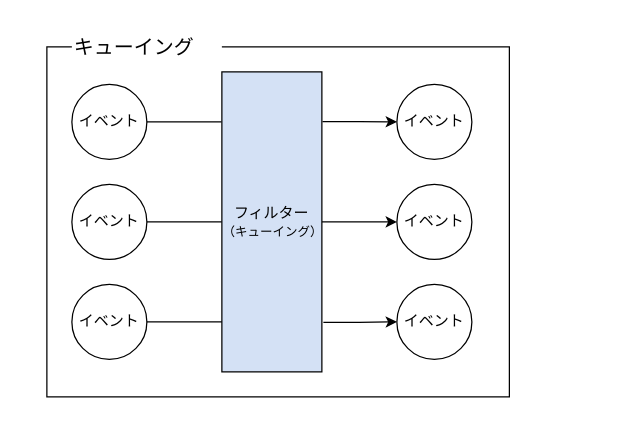
Earlier version of the draw.io diagram src/images/ja/oase/oase/filter_queing.drawio (exastro-suite/exastro-it-automation-docs-dev). Source tidied: cells renumbered, new cells numbered last; positions are measured from the earlier drawing's top-left corner, leaving out a move shared by most shapes. Both pictures are drawn from the tidied source at 125%, with x=0, y=0 at pixel (21, 21).
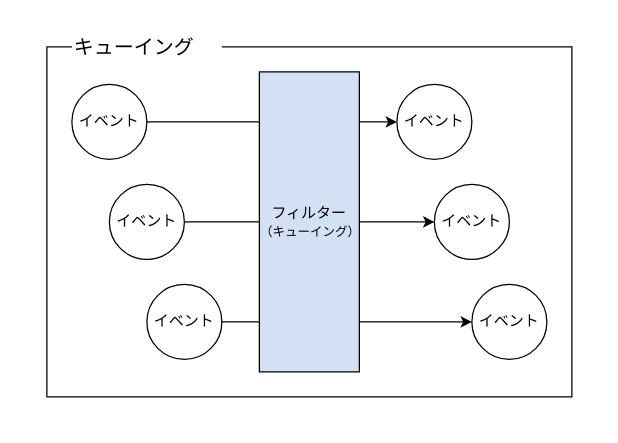
Above is the later version.

Change to the diagram source:
```diff
@@
 <mxGraphModel>
   <root>
     <mxCell id="0" />
     <mxCell id="1" parent="0" />
     <mxCell id="2" style="rounded=0;whiteSpace=wrap;html=1;strokeColor=none;" parent="1" vertex="1">
-      <mxGeometry width="410" height="320" as="geometry" />
+      <mxGeometry width="460" height="320" as="geometry" />
     </mxCell>
     <mxCell id="3" style="rounded=1;whiteSpace=wrap;html=1;arcSize=0;" parent="1" vertex="1">
-      <mxGeometry x="20" y="20" width="370" height="280" as="geometry" />
+      <mxGeometry x="20" y="20" width="420" height="280" as="geometry" />
     </mxCell>
     <mxCell id="4" value="イベント" style="ellipse;whiteSpace=wrap;html=1;fontStyle=0;" parent="1" vertex="1">
       <mxGeometry x="40" y="50" width="60" height="60" as="geometry" />
     </mxCell>
-    <mxCell id="5" style="edgeStyle=orthogonalEdgeStyle;rounded=0;jettySize=auto;html=1;exitX=1;exitY=0.5;exitDx=0;exitDy=0;entryX=0;entryY=0.5;entryDx=0;entryDy=0;endArrow=none;endFill=0;" parent="1" edge="1" source="6" target="11">
-      <mxGeometry relative="1" as="geometry" />
-    </mxCell>
     <mxCell id="6" value="イベント" style="ellipse;whiteSpace=wrap;html=1;fontStyle=0;" parent="1" vertex="1">
-      <mxGeometry x="40" y="130" width="60" height="60" as="geometry" />
+      <mxGeometry x="70" y="130" width="60" height="60" as="geometry" />
     </mxCell>
     <mxCell id="7" value="イベント" style="ellipse;whiteSpace=wrap;html=1;fontStyle=0;" parent="1" vertex="1">
-      <mxGeometry x="40" y="210" width="60" height="60" as="geometry" />
+      <mxGeometry x="100" y="210" width="60" height="60" as="geometry" />
     </mxCell>
-    <mxCell id="8" style="edgeStyle=orthogonalEdgeStyle;rounded=0;jettySize=auto;html=1;exitX=1.006;exitY=0.166;exitDx=0;exitDy=0;entryX=0;entryY=0.5;entryDx=0;entryDy=0;exitPerimeter=0;" parent="1" edge="1" source="11" target="14">
-      <mxGeometry relative="1" as="geometry" />
-    </mxCell>
-    <mxCell id="9" style="edgeStyle=orthogonalEdgeStyle;rounded=0;jettySize=auto;html=1;exitX=1;exitY=0.5;exitDx=0;exitDy=0;entryX=0;entryY=0.5;entryDx=0;entryDy=0;" parent="1" edge="1" source="11" target="15">
-      <mxGeometry relative="1" as="geometry" />
-    </mxCell>
-    <mxCell id="10" style="edgeStyle=orthogonalEdgeStyle;rounded=0;jettySize=auto;html=1;entryX=0;entryY=0.5;entryDx=0;entryDy=0;exitX=1.015;exitY=0.835;exitDx=0;exitDy=0;exitPerimeter=0;" parent="1" edge="1" source="11" target="16">
-      <mxGeometry relative="1" as="geometry" />
-    </mxCell>
-    <mxCell id="11" value="フィルター&lt;div&gt;&lt;font style=&quot;font-size: 10px;&quot;&gt;（キューイング）&lt;/font&gt;&lt;/div&gt;" style="rounded=0;whiteSpace=wrap;html=1;fillStyle=solid;fillColor=#D4E1F5;" parent="1" vertex="1">
-      <mxGeometry x="160" y="40" width="80" height="240" as="geometry" />
-    </mxCell>
-    <mxCell id="12" style="edgeStyle=orthogonalEdgeStyle;rounded=0;jettySize=auto;html=1;exitX=1;exitY=0.5;exitDx=0;exitDy=0;entryX=-0.003;entryY=0.167;entryDx=0;entryDy=0;entryPerimeter=0;endArrow=none;endFill=0;" parent="1" edge="1" source="4" target="11">
-      <mxGeometry relative="1" as="geometry" />
-    </mxCell>
-    <mxCell id="13" style="edgeStyle=orthogonalEdgeStyle;rounded=0;jettySize=auto;html=1;exitX=1;exitY=0.5;exitDx=0;exitDy=0;endArrow=none;endFill=0;" parent="1" edge="1" source="7">
-      <mxGeometry relative="1" as="geometry">
-        <mxPoint x="160" y="240" as="targetPoint" />
-      </mxGeometry>
-    </mxCell>
     <mxCell id="14" value="&lt;div&gt;イベント&lt;/div&gt;" style="ellipse;whiteSpace=wrap;html=1;fontStyle=0;" parent="1" vertex="1">
       <mxGeometry x="300" y="50" width="60" height="60" as="geometry" />
     </mxCell>
     <mxCell id="15" value="&lt;span style=&quot;background-color: transparent; color: light-dark(rgb(0, 0, 0), rgb(255, 255, 255));&quot;&gt;イベント&lt;/span&gt;" style="ellipse;whiteSpace=wrap;html=1;" parent="1" vertex="1">
-      <mxGeometry x="300" y="130" width="60" height="60" as="geometry" />
+      <mxGeometry x="330" y="130" width="60" height="60" as="geometry" />
     </mxCell>
     <mxCell id="16" value="&lt;div&gt;&lt;span style=&quot;background-color: transparent; color: light-dark(rgb(0, 0, 0), rgb(255, 255, 255));&quot;&gt;イベント&lt;/span&gt;&lt;/div&gt;" style="ellipse;whiteSpace=wrap;html=1;" parent="1" vertex="1">
-      <mxGeometry x="300" y="210" width="60" height="60" as="geometry" />
+      <mxGeometry x="360" y="210" width="60" height="60" as="geometry" />
     </mxCell>
     <mxCell id="17" value="&lt;font style=&quot;font-size: 16px;&quot;&gt;キューイング&lt;/font&gt;" style="rounded=0;whiteSpace=wrap;html=1;strokeColor=none;fontSize=18;align=left;" parent="1" vertex="1">
       <mxGeometry x="40" y="5" width="120" height="30" as="geometry" />
     </mxCell>
+    <mxCell id="18" style="endArrow=classic;html=1;entryX=0;entryY=0.5;entryDx=0;entryDy=0;exitX=1;exitY=0.5;exitDx=0;exitDy=0;" parent="1" edge="1" source="7" target="16">
+      <mxGeometry relative="1" as="geometry" />
+    </mxCell>
+    <mxCell id="19" style="endArrow=classic;html=1;entryX=0;entryY=0.5;entryDx=0;entryDy=0;exitX=1;exitY=0.5;exitDx=0;exitDy=0;" parent="1" edge="1" source="6" target="15">
+      <mxGeometry relative="1" as="geometry" />
+    </mxCell>
+    <mxCell id="20" style="endArrow=classic;html=1;entryX=0;entryY=0.5;entryDx=0;entryDy=0;exitX=1;exitY=0.5;exitDx=0;exitDy=0;" parent="1" edge="1" source="4" target="14">
+      <mxGeometry relative="1" as="geometry" />
+    </mxCell>
+    <mxCell id="11" value="フィルター&lt;div&gt;&lt;font style=&quot;font-size: 10px;&quot;&gt;（キューイング）&lt;/font&gt;&lt;/div&gt;" style="rounded=0;whiteSpace=wrap;html=1;fillStyle=solid;fillColor=#D4E1F5;" parent="1" vertex="1">
+      <mxGeometry x="190" y="40" width="80" height="240" as="geometry" />
+    </mxCell>
   </root>
 </mxGraphModel>
```
